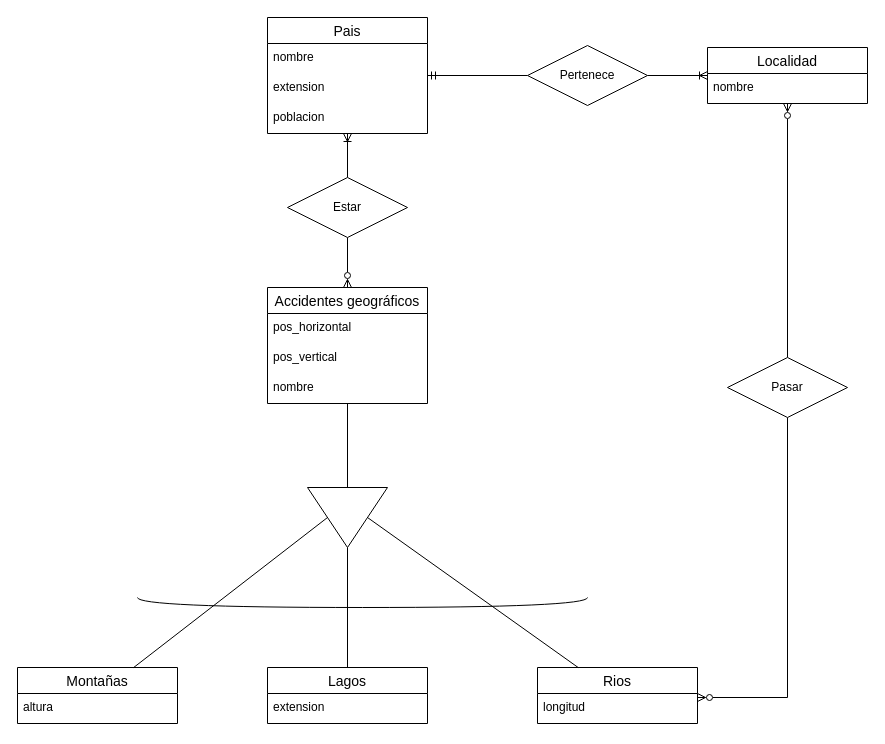
Above: TA12Ej11.drawio in AlejandroCara/acr-tsys-modeloER-drawio-1110 (draw.io), before the change. Source tidied: cells renumbered, new cells numbered last; positions are measured from the earlier drawing's top-left corner, leaving out a move shared by most shapes. Both pictures are drawn from the tidied source at 100%, with x=0, y=0 at pixel (17, 17).
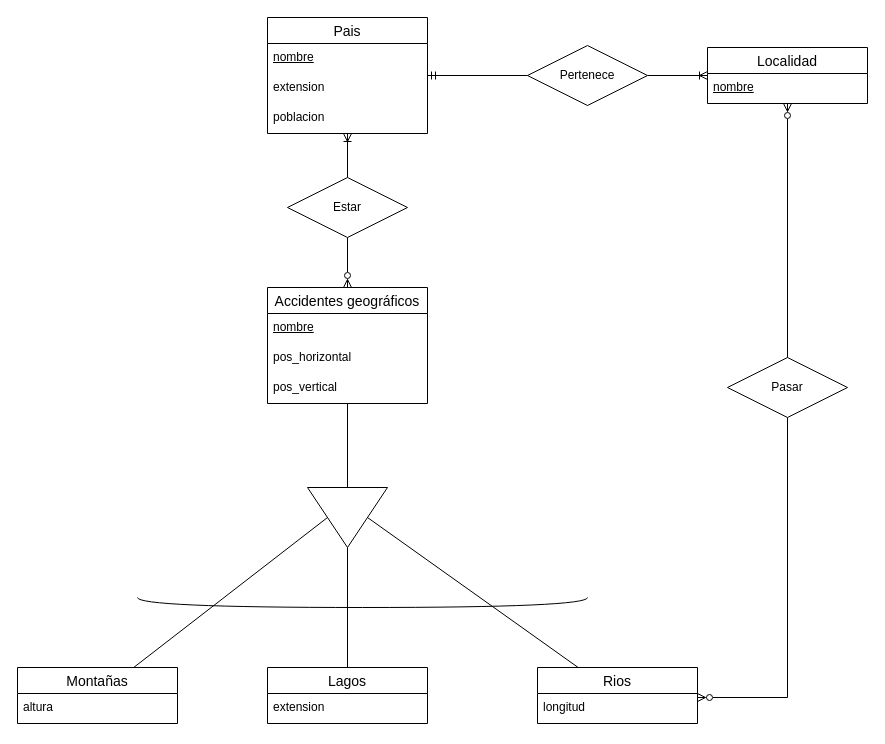
The same diagram, later.

Commit message:
subrayar ids

The change refers to these unchanged cells:
```xml
<mxCell id="8" value="Accidentes geográficos" style="swimlane;fontStyle=0;horizontal=1;startSize=26;align=center;fontSize=14;" parent="1" vertex="1">
  <mxGeometry x="250" y="270" width="160" height="116" as="geometry" />
</mxCell>
<mxCell id="12" value="Pais" style="swimlane;fontStyle=0;horizontal=1;startSize=26;align=center;fontSize=14;" parent="1" vertex="1">
  <mxGeometry x="250" width="160" height="116" as="geometry" />
</mxCell>
<mxCell id="16" value="Localidad" style="swimlane;fontStyle=0;horizontal=1;startSize=26;align=center;fontSize=14;" parent="1" vertex="1">
  <mxGeometry x="690" y="30" width="160" height="56" as="geometry" />
</mxCell>
```

The edit, as a diff of the source:
```diff
@@
+    <mxCell id="11" value="&lt;u&gt;nombre&lt;/u&gt;" style="text;strokeColor=none;fillColor=none;spacingLeft=4;spacingRight=4;overflow=hidden;fontSize=12;whiteSpace=wrap;html=1;" parent="8" vertex="1">
+      <mxGeometry y="26" width="160" height="30" as="geometry" />
+    </mxCell>
     <mxCell id="9" value="pos_horizontal" style="text;strokeColor=none;fillColor=none;spacingLeft=4;spacingRight=4;overflow=hidden;fontSize=12;whiteSpace=wrap;html=1;" parent="8" vertex="1">
-      <mxGeometry y="26" width="160" height="30" as="geometry" />
+      <mxGeometry y="56" width="160" height="30" as="geometry" />
     </mxCell>
     <mxCell id="10" value="pos_vertical" style="text;strokeColor=none;fillColor=none;spacingLeft=4;spacingRight=4;overflow=hidden;fontSize=12;whiteSpace=wrap;html=1;" parent="8" vertex="1">
-      <mxGeometry y="56" width="160" height="30" as="geometry" />
+      <mxGeometry y="86" width="160" height="30" as="geometry" />
     </mxCell>
-    <mxCell id="11" value="nombre" style="text;strokeColor=none;fillColor=none;spacingLeft=4;spacingRight=4;overflow=hidden;fontSize=12;whiteSpace=wrap;html=1;" parent="8" vertex="1">
-      <mxGeometry y="86" width="160" height="30" as="geometry" />
-    </mxCell>
@@
-    <mxCell id="13" value="nombre" style="text;strokeColor=none;fillColor=none;spacingLeft=4;spacingRight=4;overflow=hidden;fontSize=12;whiteSpace=wrap;html=1;" parent="12" vertex="1">
+    <mxCell id="13" value="&lt;u&gt;nombre&lt;/u&gt;" style="text;strokeColor=none;fillColor=none;spacingLeft=4;spacingRight=4;overflow=hidden;fontSize=12;whiteSpace=wrap;html=1;" parent="12" vertex="1">
       <mxGeometry y="26" width="160" height="30" as="geometry" />
     </mxCell>
@@
-    <mxCell id="17" value="nombre" style="text;strokeColor=none;fillColor=none;spacingLeft=4;spacingRight=4;overflow=hidden;fontSize=12;whiteSpace=wrap;html=1;" parent="16" vertex="1">
+    <mxCell id="17" value="&lt;u&gt;nombre&lt;/u&gt;" style="text;strokeColor=none;fillColor=none;spacingLeft=4;spacingRight=4;overflow=hidden;fontSize=12;whiteSpace=wrap;html=1;" parent="16" vertex="1">
       <mxGeometry y="26" width="160" height="30" as="geometry" />
     </mxCell>
```
